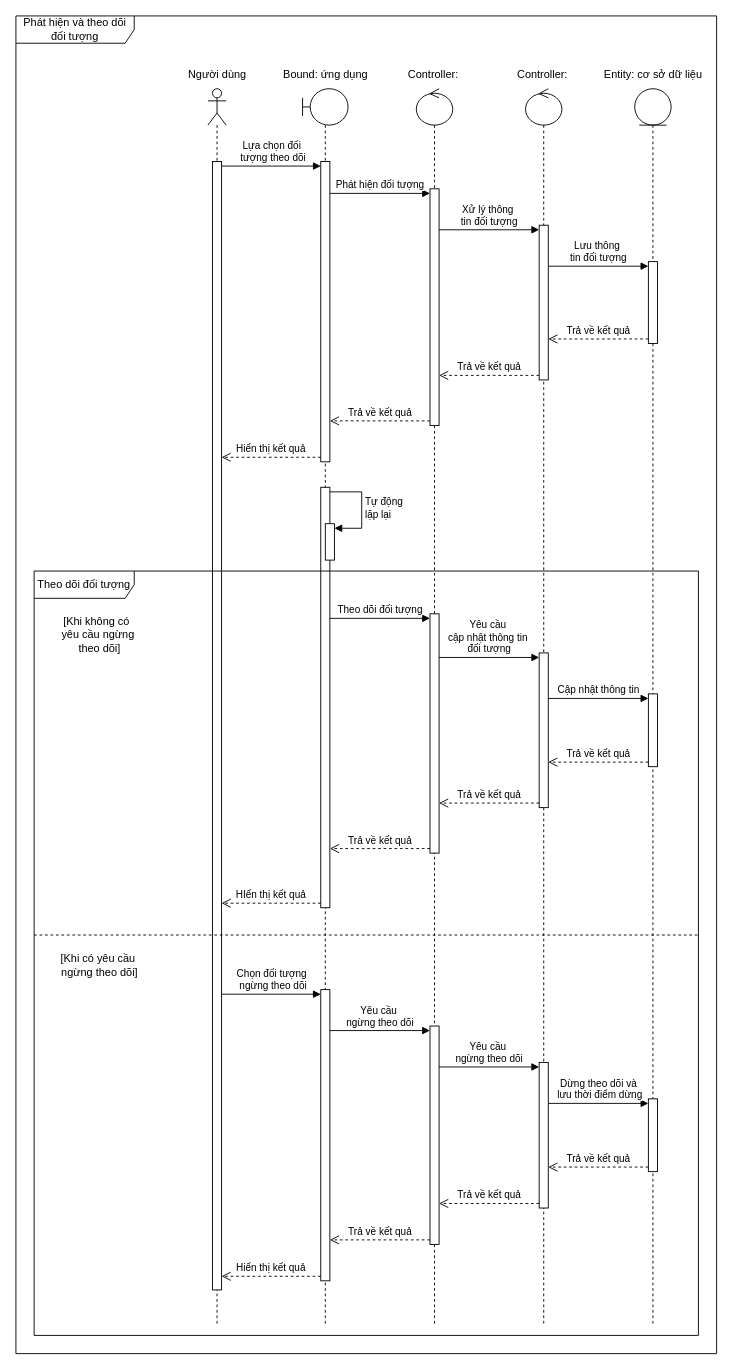
Before: page "Trang-4" (4 of 4) of sequence_diagram.drawio in LTDat-HustK65/main-system, a draw.io diagram. Source tidied: cells renumbered, new cells numbered last; positions are measured from the earlier drawing's top-left corner, leaving out a move shared by most shapes. Both pictures are drawn from the tidied source at 91%, with x=0, y=0 at pixel (15, 15).
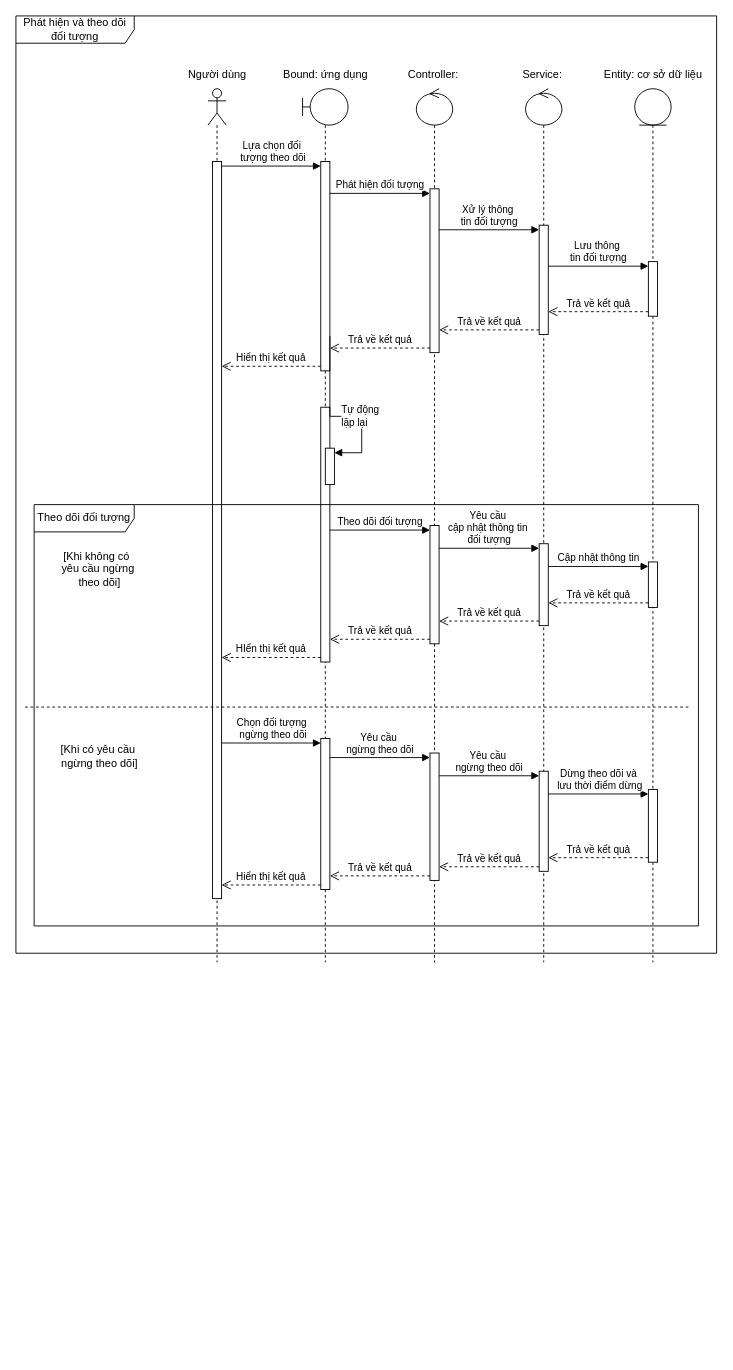
The same diagram, later.

Change to the diagram source:
```diff
@@
     <mxCell id="2" style="shape=umlLifeline;perimeter=lifelinePerimeter;whiteSpace=wrap;html=1;newEdgeStyle={&quot;curved&quot;:0,&quot;rounded&quot;:0};participant=umlActor;" parent="1" vertex="1">
-      <mxGeometry x="211" y="80" width="20" height="1360" as="geometry" />
+      <mxGeometry x="211" y="80" width="20" height="960" as="geometry" />
     </mxCell>
     <mxCell id="3" style="html=1;points=[[0,0,0,0,5],[0,1,0,0,-5],[1,0,0,0,5],[1,1,0,0,-5]];perimeter=orthogonalPerimeter;outlineConnect=0;targetShapes=umlLifeline;portConstraint=eastwest;newEdgeStyle={&quot;curved&quot;:0,&quot;rounded&quot;:0};" parent="2" vertex="1">
-      <mxGeometry x="5" y="80" width="10" height="1240" as="geometry" />
+      <mxGeometry x="5" y="80" width="10" height="810" as="geometry" />
     </mxCell>
     <mxCell id="4" style="shape=umlLifeline;perimeter=lifelinePerimeter;whiteSpace=wrap;html=1;newEdgeStyle={&quot;curved&quot;:0,&quot;rounded&quot;:0};participant=umlBoundary;" parent="1" vertex="1">
-      <mxGeometry x="315" y="80" width="50" height="1360" as="geometry" />
+      <mxGeometry x="315" y="80" width="50" height="960" as="geometry" />
     </mxCell>
     <mxCell id="5" style="html=1;points=[[0,0,0,0,5],[0,1,0,0,-5],[1,0,0,0,5],[1,1,0,0,-5]];perimeter=orthogonalPerimeter;outlineConnect=0;targetShapes=umlLifeline;portConstraint=eastwest;newEdgeStyle={&quot;curved&quot;:0,&quot;rounded&quot;:0};" parent="4" vertex="1">
-      <mxGeometry x="20" y="80" width="10" height="330" as="geometry" />
+      <mxGeometry x="20" y="80" width="10" height="230" as="geometry" />
     </mxCell>
     <mxCell id="6" style="shape=umlLifeline;perimeter=lifelinePerimeter;whiteSpace=wrap;html=1;newEdgeStyle={&quot;curved&quot;:0,&quot;rounded&quot;:0};participant=umlEntity;" parent="1" vertex="1">
-      <mxGeometry x="680" y="80" width="40" height="1360" as="geometry" />
+      <mxGeometry x="680" y="80" width="40" height="960" as="geometry" />
     </mxCell>
     <mxCell id="7" style="html=1;points=[[0,0,0,0,5],[0,1,0,0,-5],[1,0,0,0,5],[1,1,0,0,-5]];perimeter=orthogonalPerimeter;outlineConnect=0;targetShapes=umlLifeline;portConstraint=eastwest;newEdgeStyle={&quot;curved&quot;:0,&quot;rounded&quot;:0};" parent="6" vertex="1">
-      <mxGeometry x="15" y="190" width="10" height="90" as="geometry" />
+      <mxGeometry x="15" y="190" width="10" height="60" as="geometry" />
     </mxCell>
     <mxCell id="8" style="shape=umlLifeline;perimeter=lifelinePerimeter;whiteSpace=wrap;html=1;newEdgeStyle={&quot;curved&quot;:0,&quot;rounded&quot;:0};participant=umlControl;" parent="1" vertex="1">
-      <mxGeometry x="440" y="80" width="40" height="1360" as="geometry" />
+      <mxGeometry x="440" y="80" width="40" height="960" as="geometry" />
     </mxCell>
     <mxCell id="9" style="html=1;points=[[0,0,0,0,5],[0,1,0,0,-5],[1,0,0,0,5],[1,1,0,0,-5]];perimeter=orthogonalPerimeter;outlineConnect=0;targetShapes=umlLifeline;portConstraint=eastwest;newEdgeStyle={&quot;curved&quot;:0,&quot;rounded&quot;:0};" parent="8" vertex="1">
-      <mxGeometry x="15" y="110" width="10" height="260" as="geometry" />
+      <mxGeometry x="15" y="110" width="10" height="180" as="geometry" />
     </mxCell>
     <mxCell id="10" style="html=1;points=[[0,0,0,0,5],[0,1,0,0,-5],[1,0,0,0,5],[1,1,0,0,-5]];perimeter=orthogonalPerimeter;outlineConnect=0;targetShapes=umlLifeline;portConstraint=eastwest;newEdgeStyle={&quot;curved&quot;:0,&quot;rounded&quot;:0};" parent="8" vertex="1">
-      <mxGeometry x="15" y="577" width="10" height="263" as="geometry" />
+      <mxGeometry x="15" y="480" width="10" height="130" as="geometry" />
     </mxCell>
@@
     <mxCell id="14" style="shape=umlLifeline;perimeter=lifelinePerimeter;whiteSpace=wrap;html=1;newEdgeStyle={&quot;curved&quot;:0,&quot;rounded&quot;:0};participant=umlControl;" parent="1" vertex="1">
-      <mxGeometry x="560" y="80" width="40" height="1360" as="geometry" />
+      <mxGeometry x="560" y="80" width="40" height="960" as="geometry" />
     </mxCell>
     <mxCell id="15" style="html=1;points=[[0,0,0,0,5],[0,1,0,0,-5],[1,0,0,0,5],[1,1,0,0,-5]];perimeter=orthogonalPerimeter;outlineConnect=0;targetShapes=umlLifeline;portConstraint=eastwest;newEdgeStyle={&quot;curved&quot;:0,&quot;rounded&quot;:0};" parent="14" vertex="1">
-      <mxGeometry x="15" y="150" width="10" height="170" as="geometry" />
+      <mxGeometry x="15" y="150" width="10" height="120" as="geometry" />
     </mxCell>
     <mxCell id="16" style="html=1;points=[[0,0,0,0,5],[0,1,0,0,-5],[1,0,0,0,5],[1,1,0,0,-5]];perimeter=orthogonalPerimeter;outlineConnect=0;targetShapes=umlLifeline;portConstraint=eastwest;newEdgeStyle={&quot;curved&quot;:0,&quot;rounded&quot;:0};" parent="14" vertex="1">
-      <mxGeometry x="15" y="620" width="10" height="170" as="geometry" />
+      <mxGeometry x="15" y="500" width="10" height="90" as="geometry" />
     </mxCell>
     <mxCell id="17" style="html=1;points=[[0,0,0,0,5],[0,1,0,0,-5],[1,0,0,0,5],[1,1,0,0,-5]];perimeter=orthogonalPerimeter;outlineConnect=0;targetShapes=umlLifeline;portConstraint=eastwest;newEdgeStyle={&quot;curved&quot;:0,&quot;rounded&quot;:0};" parent="14" vertex="1">
-      <mxGeometry x="15" y="1070" width="10" height="160" as="geometry" />
+      <mxGeometry x="15" y="750" width="10" height="110" as="geometry" />
     </mxCell>
-    <mxCell id="18" value="Controller:&amp;nbsp;" style="text;html=1;align=center;verticalAlign=middle;strokeColor=none;fillColor=none;" parent="1" vertex="1">
-      <mxGeometry x="540" y="50" width="80" height="30" as="geometry" />
+    <mxCell id="18" value="Service:&amp;nbsp;" style="text;html=1;align=center;verticalAlign=middle;strokeColor=none;fillColor=none;" parent="1" vertex="1">
+      <mxGeometry x="545" y="50" width="70" height="30" as="geometry" />
     </mxCell>
@@
     <mxCell id="20" value="Phát hiện và theo dõi đối tượng" style="shape=umlFrame;whiteSpace=wrap;html=1;width=130;height=30;" parent="1" vertex="1">
-      <mxGeometry width="770" height="1470" as="geometry" />
+      <mxGeometry width="770" height="1030" as="geometry" />
     </mxCell>
@@
     <mxCell id="29" style="html=1;points=[[0,0,0,0,5],[0,1,0,0,-5],[1,0,0,0,5],[1,1,0,0,-5]];perimeter=orthogonalPerimeter;outlineConnect=0;targetShapes=umlLifeline;portConstraint=eastwest;newEdgeStyle={&quot;curved&quot;:0,&quot;rounded&quot;:0};" parent="1" vertex="1">
-      <mxGeometry x="335" y="518" width="10" height="462" as="geometry" />
+      <mxGeometry x="335" y="430" width="10" height="280" as="geometry" />
     </mxCell>
     <mxCell id="30" style="html=1;points=[[0,0,0,0,5],[0,1,0,0,-5],[1,0,0,0,5],[1,1,0,0,-5]];perimeter=orthogonalPerimeter;outlineConnect=0;targetShapes=umlLifeline;portConstraint=eastwest;newEdgeStyle={&quot;curved&quot;:0,&quot;rounded&quot;:0};" parent="1" vertex="1">
-      <mxGeometry x="340" y="558" width="10" height="40" as="geometry" />
+      <mxGeometry x="340" y="475" width="10" height="40" as="geometry" />
     </mxCell>
-    <mxCell id="31" value="Tự động&lt;div&gt;lặp lại&lt;/div&gt;" style="html=1;align=left;spacingLeft=2;endArrow=block;rounded=0;edgeStyle=orthogonalEdgeStyle;curved=0;rounded=0;exitX=1;exitY=0;exitDx=0;exitDy=5;exitPerimeter=0;" parent="1" edge="1" source="29" target="30">
+    <mxCell id="31" value="Tự động&lt;div&gt;lặp lại&lt;/div&gt;" style="html=1;align=left;spacingLeft=2;endArrow=block;rounded=0;edgeStyle=orthogonalEdgeStyle;curved=0;rounded=0;exitX=1;exitY=0;exitDx=0;exitDy=5;exitPerimeter=0;" parent="1" edge="1" target="30">
       <mxGeometry relative="1" as="geometry">
+        <mxPoint x="345" y="352" as="sourcePoint" />
         <Array as="points">
-          <mxPoint x="380" y="523" />
-          <mxPoint x="380" y="563" />
+          <mxPoint x="380" y="440" />
+          <mxPoint x="380" y="480" />
         </Array>
       </mxGeometry>
     </mxCell>
     <mxCell id="32" value="Theo dõi đối tượng" style="shape=umlFrame;whiteSpace=wrap;html=1;width=110;height=30;" parent="1" vertex="1">
-      <mxGeometry x="20" y="610" width="730" height="840" as="geometry" />
+      <mxGeometry x="20" y="537" width="730" height="463" as="geometry" />
     </mxCell>
     <mxCell id="33" style="endArrow=none;dashed=1;html=1;rounded=0;exitX=0;exitY=0.5;exitDx=0;exitDy=0;exitPerimeter=0;entryX=1;entryY=0.5;entryDx=0;entryDy=0;entryPerimeter=0;" parent="1" edge="1">
       <mxGeometry relative="1" as="geometry">
-        <mxPoint x="20" y="1010" as="sourcePoint" />
-        <mxPoint x="750" y="1010" as="targetPoint" />
+        <mxPoint x="10" y="759.5" as="sourcePoint" />
+        <mxPoint x="740" y="759.5" as="targetPoint" />
       </mxGeometry>
     </mxCell>
     <mxCell id="34" value="[Khi không có&amp;nbsp;&lt;div&gt;yêu cầu ngừng&lt;/div&gt;&lt;div&gt;&amp;nbsp;theo dõi]&lt;/div&gt;" style="text;html=1;align=center;verticalAlign=middle;strokeColor=none;fillColor=none;" parent="1" vertex="1">
-      <mxGeometry x="40" y="650" width="100" height="60" as="geometry" />
+      <mxGeometry x="40" y="578" width="100" height="60" as="geometry" />
     </mxCell>
@@
     <mxCell id="37" style="html=1;points=[[0,0,0,0,5],[0,1,0,0,-5],[1,0,0,0,5],[1,1,0,0,-5]];perimeter=orthogonalPerimeter;outlineConnect=0;targetShapes=umlLifeline;portConstraint=eastwest;newEdgeStyle={&quot;curved&quot;:0,&quot;rounded&quot;:0};" parent="1" vertex="1">
-      <mxGeometry x="695" y="745" width="10" height="80" as="geometry" />
+      <mxGeometry x="695" y="600" width="10" height="50" as="geometry" />
     </mxCell>
@@
     <mxCell id="43" value="[Khi có yêu cầu&lt;div&gt;&amp;nbsp;ngừng theo dõi]&lt;/div&gt;" style="text;html=1;align=center;verticalAlign=middle;strokeColor=none;fillColor=none;" parent="1" vertex="1">
-      <mxGeometry x="35" y="1023" width="110" height="40" as="geometry" />
+      <mxGeometry x="35" y="794" width="110" height="40" as="geometry" />
     </mxCell>
     <mxCell id="44" style="html=1;points=[[0,0,0,0,5],[0,1,0,0,-5],[1,0,0,0,5],[1,1,0,0,-5]];perimeter=orthogonalPerimeter;outlineConnect=0;targetShapes=umlLifeline;portConstraint=eastwest;newEdgeStyle={&quot;curved&quot;:0,&quot;rounded&quot;:0};" parent="1" vertex="1">
-      <mxGeometry x="335" y="1070" width="10" height="320" as="geometry" />
+      <mxGeometry x="335" y="794" width="10" height="166" as="geometry" />
     </mxCell>
@@
     <mxCell id="46" style="html=1;points=[[0,0,0,0,5],[0,1,0,0,-5],[1,0,0,0,5],[1,1,0,0,-5]];perimeter=orthogonalPerimeter;outlineConnect=0;targetShapes=umlLifeline;portConstraint=eastwest;newEdgeStyle={&quot;curved&quot;:0,&quot;rounded&quot;:0};" parent="1" vertex="1">
-      <mxGeometry x="455" y="1110" width="10" height="240" as="geometry" />
+      <mxGeometry x="455" y="810" width="10" height="140" as="geometry" />
     </mxCell>
@@
     <mxCell id="49" style="html=1;points=[[0,0,0,0,5],[0,1,0,0,-5],[1,0,0,0,5],[1,1,0,0,-5]];perimeter=orthogonalPerimeter;outlineConnect=0;targetShapes=umlLifeline;portConstraint=eastwest;newEdgeStyle={&quot;curved&quot;:0,&quot;rounded&quot;:0};" parent="1" vertex="1">
-      <mxGeometry x="695" y="1190" width="10" height="80" as="geometry" />
+      <mxGeometry x="695" y="850" width="10" height="80" as="geometry" />
     </mxCell>
```
